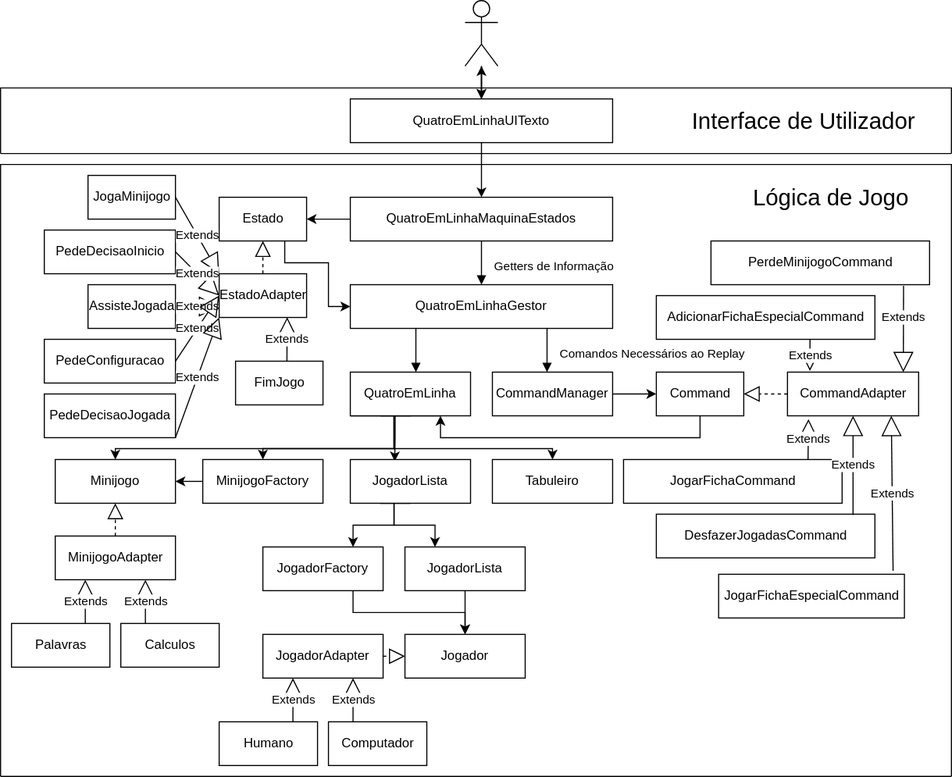
Earlier version of the draw.io export Diagramas/diagrama-classes.svg (JOSEALM3IDA/isec-trabalho-pa). Source tidied: cells renumbered, new cells last; positions are measured from the earlier drawing's top-left corner, leaving out a move shared by most shapes.
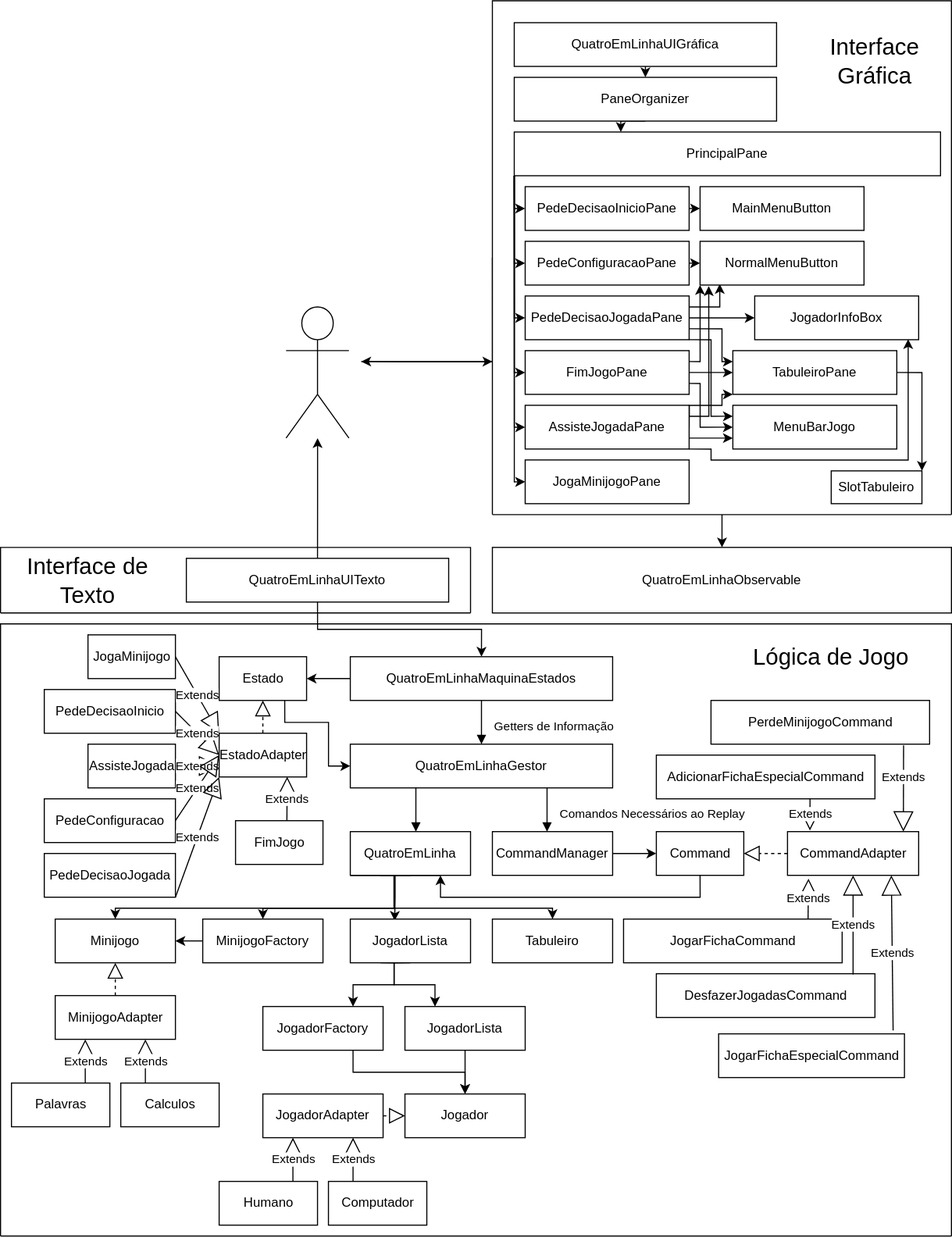
Later version of the same file.

Diff of the diagram source:
```diff
@@ -3,11 +3,14 @@
     <mxCell id="0" />
     <mxCell id="1" parent="0" />
     <mxCell id="2" style="swimlane;rounded=0;shadow=0;startSize=200;strokeWidth=1;" parent="1" vertex="1">
-      <mxGeometry y="80" width="870" height="60" as="geometry" />
+      <mxGeometry y="80" width="430" height="60" as="geometry" />
     </mxCell>
-    <mxCell id="3" value="&lt;font style=&quot;font-size: 21px&quot;&gt;Interface de Utilizador&lt;br&gt;&lt;/font&gt;" style="text;html=1;strokeColor=none;fillColor=none;align=center;verticalAlign=middle;whiteSpace=wrap;rounded=0;shadow=0;startSize=110;" parent="2" vertex="1">
-      <mxGeometry x="630" y="20" width="210" height="20" as="geometry" />
+    <mxCell id="3" value="&lt;font style=&quot;font-size: 21px&quot;&gt;Interface de Texto&lt;br&gt;&lt;/font&gt;" style="text;html=1;strokeColor=none;fillColor=none;align=center;verticalAlign=middle;whiteSpace=wrap;rounded=0;shadow=0;startSize=110;" parent="2" vertex="1">
+      <mxGeometry x="20" y="25" width="120" height="10" as="geometry" />
     </mxCell>
+    <mxCell id="13" value="&lt;div&gt;QuatroEmLinhaUITexto&lt;/div&gt;" style="rounded=0;whiteSpace=wrap;html=1;shadow=0;startSize=110;strokeWidth=1;" parent="2" vertex="1">
+      <mxGeometry x="170" y="10" width="240" height="40" as="geometry" />
+    </mxCell>
     <mxCell id="4" style="swimlane;rounded=0;shadow=0;startSize=560;strokeWidth=1;" parent="1" vertex="1">
       <mxGeometry y="150" width="870" height="560" as="geometry" />
     </mxCell>
@@ -35,19 +38,8 @@
     <mxCell id="12" style="edgeStyle=orthogonalEdgeStyle;rounded=0;jettySize=auto;html=1;exitX=0.5;exitY=0;exitDx=0;exitDy=0;startSize=110;" parent="1" edge="1" source="13" target="16">
       <mxGeometry relative="1" as="geometry" />
     </mxCell>
-    <mxCell id="13" value="&lt;div&gt;QuatroEmLinhaUITexto&lt;/div&gt;" style="rounded=0;whiteSpace=wrap;html=1;shadow=0;startSize=110;strokeWidth=1;" parent="1" vertex="1">
-      <mxGeometry x="320" y="90" width="240" height="40" as="geometry" />
-    </mxCell>
-    <mxCell id="14" style="edgeStyle=orthogonalEdgeStyle;rounded=0;jettySize=auto;html=1;entryX=0.5;entryY=0;entryDx=0;entryDy=0;startSize=110;" parent="1" edge="1" target="13">
-      <mxGeometry relative="1" as="geometry">
-        <mxPoint x="440" y="60" as="sourcePoint" />
-      </mxGeometry>
-    </mxCell>
-    <mxCell id="15" style="edgeStyle=orthogonalEdgeStyle;rounded=0;jettySize=auto;html=1;startSize=110;" parent="1" edge="1" source="16" target="13">
-      <mxGeometry relative="1" as="geometry" />
-    </mxCell>
     <mxCell id="16" value="&lt;div&gt;&lt;br&gt;&lt;/div&gt;&lt;div&gt;&lt;br&gt;&lt;/div&gt;" style="shape=umlActor;verticalLabelPosition=bottom;verticalAlign=top;html=1;outlineConnect=0;rounded=0;shadow=0;startSize=110;strokeWidth=1;" parent="1" vertex="1">
-      <mxGeometry x="425" width="30" height="60" as="geometry" />
+      <mxGeometry x="261.2" y="-140" width="57.5" height="120" as="geometry" />
     </mxCell>
     <mxCell id="17" style="edgeStyle=orthogonalEdgeStyle;rounded=0;jettySize=auto;html=1;exitX=0;exitY=0.5;exitDx=0;exitDy=0;entryX=1;entryY=0.5;entryDx=0;entryDy=0;startSize=110;" parent="1" edge="1" source="18" target="20">
       <mxGeometry relative="1" as="geometry" />
@@ -300,5 +292,210 @@
     <mxCell id="79" value="Extends" style="endArrow=block;endSize=16;endFill=0;html=1;exitX=0.25;exitY=0;exitDx=0;exitDy=0;entryX=0.75;entryY=1;entryDx=0;entryDy=0;" parent="1" edge="1" source="76" target="74">
       <mxGeometry relative="1" as="geometry" />
     </mxCell>
+    <mxCell id="80" style="edgeStyle=orthogonalEdgeStyle;rounded=0;jettySize=auto;html=1;" parent="1" edge="1" source="82" target="121">
+      <mxGeometry relative="1" as="geometry">
+        <Array as="points">
+          <mxPoint x="660" y="60" />
+          <mxPoint x="660" y="60" />
+        </Array>
+      </mxGeometry>
+    </mxCell>
+    <mxCell id="81" style="edgeStyle=orthogonalEdgeStyle;rounded=0;jettySize=auto;html=1;exitX=0;exitY=0.5;exitDx=0;exitDy=0;" parent="1" edge="1" source="82">
+      <mxGeometry relative="1" as="geometry">
+        <mxPoint x="330" y="-90" as="targetPoint" />
+        <Array as="points">
+          <mxPoint x="450" y="-90" />
+        </Array>
+      </mxGeometry>
+    </mxCell>
+    <mxCell id="82" style="swimlane;rounded=0;shadow=0;startSize=470;strokeWidth=1;" parent="1" vertex="1">
+      <mxGeometry x="450" y="-420" width="420" height="470" as="geometry" />
+    </mxCell>
+    <mxCell id="83" style="edgeStyle=orthogonalEdgeStyle;rounded=0;jettySize=auto;html=1;exitX=0.5;exitY=1;exitDx=0;exitDy=0;entryX=0.5;entryY=0;entryDx=0;entryDy=0;" parent="82" edge="1" source="84" target="86">
+      <mxGeometry relative="1" as="geometry" />
+    </mxCell>
+    <mxCell id="84" value="&lt;div&gt;QuatroEmLinhaUIGráfica&lt;/div&gt;" style="rounded=0;whiteSpace=wrap;html=1;shadow=0;startSize=110;strokeWidth=1;" parent="82" vertex="1">
+      <mxGeometry x="20" y="20" width="240" height="40" as="geometry" />
+    </mxCell>
+    <mxCell id="85" style="edgeStyle=orthogonalEdgeStyle;rounded=0;jettySize=auto;html=1;exitX=0.5;exitY=1;exitDx=0;exitDy=0;entryX=0.25;entryY=0;entryDx=0;entryDy=0;" parent="82" edge="1" source="86" target="93">
+      <mxGeometry relative="1" as="geometry" />
+    </mxCell>
+    <mxCell id="86" value="PaneOrganizer" style="rounded=0;whiteSpace=wrap;html=1;shadow=0;startSize=110;strokeWidth=1;" parent="82" vertex="1">
+      <mxGeometry x="20" y="70" width="240" height="40" as="geometry" />
+    </mxCell>
+    <mxCell id="87" style="edgeStyle=orthogonalEdgeStyle;rounded=0;jettySize=auto;html=1;exitX=0;exitY=1;exitDx=0;exitDy=0;entryX=0;entryY=0.5;entryDx=0;entryDy=0;" parent="82" edge="1" source="93" target="95">
+      <mxGeometry relative="1" as="geometry">
+        <Array as="points">
+          <mxPoint x="20" y="190" />
+        </Array>
+      </mxGeometry>
+    </mxCell>
+    <mxCell id="88" style="edgeStyle=orthogonalEdgeStyle;rounded=0;jettySize=auto;html=1;exitX=0;exitY=1;exitDx=0;exitDy=0;entryX=0;entryY=0.5;entryDx=0;entryDy=0;" parent="82" edge="1" source="93" target="97">
+      <mxGeometry relative="1" as="geometry">
+        <Array as="points">
+          <mxPoint x="20" y="240" />
+        </Array>
+      </mxGeometry>
+    </mxCell>
+    <mxCell id="89" style="edgeStyle=orthogonalEdgeStyle;rounded=0;jettySize=auto;html=1;exitX=0;exitY=1;exitDx=0;exitDy=0;entryX=0;entryY=0.5;entryDx=0;entryDy=0;" parent="82" edge="1" source="93" target="102">
+      <mxGeometry relative="1" as="geometry">
+        <Array as="points">
+          <mxPoint x="20" y="290" />
+        </Array>
+      </mxGeometry>
+    </mxCell>
+    <mxCell id="90" style="edgeStyle=orthogonalEdgeStyle;rounded=0;jettySize=auto;html=1;exitX=0;exitY=1;exitDx=0;exitDy=0;entryX=0;entryY=0.5;entryDx=0;entryDy=0;" parent="82" edge="1" source="93" target="107">
+      <mxGeometry relative="1" as="geometry">
+        <Array as="points">
+          <mxPoint x="20" y="340" />
+        </Array>
+      </mxGeometry>
+    </mxCell>
+    <mxCell id="91" style="edgeStyle=orthogonalEdgeStyle;rounded=0;jettySize=auto;html=1;exitX=0;exitY=1;exitDx=0;exitDy=0;entryX=0;entryY=0.5;entryDx=0;entryDy=0;" parent="82" edge="1" source="93" target="112">
+      <mxGeometry relative="1" as="geometry">
+        <Array as="points">
+          <mxPoint x="20" y="390" />
+        </Array>
+      </mxGeometry>
+    </mxCell>
+    <mxCell id="92" style="edgeStyle=orthogonalEdgeStyle;rounded=0;jettySize=auto;html=1;exitX=0;exitY=1;exitDx=0;exitDy=0;entryX=0;entryY=0.5;entryDx=0;entryDy=0;" parent="82" edge="1" source="93" target="103">
+      <mxGeometry relative="1" as="geometry">
+        <Array as="points">
+          <mxPoint x="20" y="440" />
+        </Array>
+      </mxGeometry>
+    </mxCell>
+    <mxCell id="93" value="PrincipalPane" style="rounded=0;whiteSpace=wrap;html=1;shadow=0;startSize=110;strokeWidth=1;" parent="82" vertex="1">
+      <mxGeometry x="20" y="120" width="390" height="40" as="geometry" />
+    </mxCell>
+    <mxCell id="94" style="edgeStyle=orthogonalEdgeStyle;rounded=0;jettySize=auto;html=1;exitX=1;exitY=0.5;exitDx=0;exitDy=0;entryX=0;entryY=0.5;entryDx=0;entryDy=0;" parent="82" edge="1" source="95" target="113">
+      <mxGeometry relative="1" as="geometry" />
+    </mxCell>
+    <mxCell id="95" value="PedeDecisaoInicioPane" style="rounded=0;whiteSpace=wrap;html=1;shadow=0;startSize=110;strokeWidth=1;" parent="82" vertex="1">
+      <mxGeometry x="30" y="170" width="150" height="40" as="geometry" />
+    </mxCell>
+    <mxCell id="96" style="edgeStyle=orthogonalEdgeStyle;rounded=0;jettySize=auto;html=1;exitX=1;exitY=0.5;exitDx=0;exitDy=0;entryX=0;entryY=0.5;entryDx=0;entryDy=0;" parent="82" edge="1" source="97" target="114">
+      <mxGeometry relative="1" as="geometry" />
+    </mxCell>
+    <mxCell id="97" value="PedeConfiguracaoPane" style="rounded=0;whiteSpace=wrap;html=1;shadow=0;startSize=110;strokeWidth=1;" parent="82" vertex="1">
+      <mxGeometry x="30" y="220" width="150" height="40" as="geometry" />
+    </mxCell>
+    <mxCell id="98" style="edgeStyle=orthogonalEdgeStyle;rounded=0;jettySize=auto;html=1;exitX=1;exitY=0.5;exitDx=0;exitDy=0;entryX=0;entryY=0.5;entryDx=0;entryDy=0;" parent="82" edge="1" source="102" target="115">
+      <mxGeometry relative="1" as="geometry" />
+    </mxCell>
+    <mxCell id="99" style="edgeStyle=orthogonalEdgeStyle;rounded=0;jettySize=auto;html=1;exitX=1;exitY=0.25;exitDx=0;exitDy=0;entryX=0.12;entryY=0.975;entryDx=0;entryDy=0;entryPerimeter=0;" parent="82" edge="1" source="102" target="114">
+      <mxGeometry relative="1" as="geometry" />
+    </mxCell>
+    <mxCell id="100" style="edgeStyle=orthogonalEdgeStyle;rounded=0;jettySize=auto;html=1;exitX=1;exitY=0.75;exitDx=0;exitDy=0;entryX=0;entryY=0.25;entryDx=0;entryDy=0;" parent="82" edge="1" source="102" target="117">
+      <mxGeometry relative="1" as="geometry">
+        <Array as="points">
+          <mxPoint x="210" y="300" />
+          <mxPoint x="210" y="330" />
+        </Array>
+      </mxGeometry>
+    </mxCell>
+    <mxCell id="101" style="edgeStyle=orthogonalEdgeStyle;rounded=0;jettySize=auto;html=1;exitX=1;exitY=1;exitDx=0;exitDy=0;entryX=0;entryY=0.25;entryDx=0;entryDy=0;" parent="82" edge="1" source="102" target="118">
+      <mxGeometry relative="1" as="geometry">
+        <Array as="points">
+          <mxPoint x="200" y="310" />
+          <mxPoint x="200" y="380" />
+        </Array>
+      </mxGeometry>
+    </mxCell>
+    <mxCell id="102" value="PedeDecisaoJogadaPane" style="rounded=0;whiteSpace=wrap;html=1;shadow=0;startSize=110;strokeWidth=1;" parent="82" vertex="1">
+      <mxGeometry x="30" y="270" width="150" height="40" as="geometry" />
+    </mxCell>
+    <mxCell id="103" value="JogaMinijogoPane" style="rounded=0;whiteSpace=wrap;html=1;shadow=0;startSize=110;strokeWidth=1;" parent="82" vertex="1">
+      <mxGeometry x="30" y="420" width="150" height="40" as="geometry" />
+    </mxCell>
+    <mxCell id="104" style="edgeStyle=orthogonalEdgeStyle;rounded=0;jettySize=auto;html=1;exitX=1;exitY=0.5;exitDx=0;exitDy=0;entryX=0;entryY=0.5;entryDx=0;entryDy=0;" parent="82" edge="1" source="107" target="117">
+      <mxGeometry relative="1" as="geometry" />
+    </mxCell>
+    <mxCell id="105" style="edgeStyle=orthogonalEdgeStyle;rounded=0;jettySize=auto;html=1;exitX=1;exitY=0.75;exitDx=0;exitDy=0;entryX=0;entryY=0.5;entryDx=0;entryDy=0;" parent="82" edge="1" source="107" target="118">
+      <mxGeometry relative="1" as="geometry">
+        <Array as="points">
+          <mxPoint x="190" y="350" />
+          <mxPoint x="190" y="390" />
+        </Array>
+      </mxGeometry>
+    </mxCell>
+    <mxCell id="106" style="edgeStyle=orthogonalEdgeStyle;rounded=0;jettySize=auto;html=1;exitX=1;exitY=0.25;exitDx=0;exitDy=0;entryX=0;entryY=1;entryDx=0;entryDy=0;" parent="82" edge="1" source="107" target="114">
+      <mxGeometry relative="1" as="geometry">
+        <Array as="points">
+          <mxPoint x="190" y="330" />
+        </Array>
+      </mxGeometry>
+    </mxCell>
+    <mxCell id="107" value="FimJogoPane" style="rounded=0;whiteSpace=wrap;html=1;shadow=0;startSize=110;strokeWidth=1;" parent="82" vertex="1">
+      <mxGeometry x="30" y="320" width="150" height="40" as="geometry" />
+    </mxCell>
+    <mxCell id="108" style="edgeStyle=orthogonalEdgeStyle;rounded=0;jettySize=auto;html=1;exitX=1;exitY=0.75;exitDx=0;exitDy=0;entryX=0;entryY=0.75;entryDx=0;entryDy=0;" parent="82" edge="1" source="112" target="118">
+      <mxGeometry relative="1" as="geometry" />
+    </mxCell>
+    <mxCell id="109" style="edgeStyle=orthogonalEdgeStyle;rounded=0;jettySize=auto;html=1;exitX=1;exitY=0;exitDx=0;exitDy=0;entryX=0.053;entryY=1.025;entryDx=0;entryDy=0;entryPerimeter=0;" parent="82" edge="1" source="112" target="114">
+      <mxGeometry relative="1" as="geometry">
+        <Array as="points">
+          <mxPoint x="180" y="380" />
+          <mxPoint x="198" y="380" />
+        </Array>
+      </mxGeometry>
+    </mxCell>
+    <mxCell id="110" style="edgeStyle=orthogonalEdgeStyle;rounded=0;jettySize=auto;html=1;exitX=1;exitY=0.5;exitDx=0;exitDy=0;entryX=0;entryY=1;entryDx=0;entryDy=0;" parent="82" edge="1" source="112" target="117">
+      <mxGeometry relative="1" as="geometry">
+        <Array as="points">
+          <mxPoint x="180" y="370" />
+          <mxPoint x="210" y="370" />
+          <mxPoint x="210" y="360" />
+        </Array>
+      </mxGeometry>
+    </mxCell>
+    <mxCell id="111" style="edgeStyle=orthogonalEdgeStyle;rounded=0;jettySize=auto;html=1;exitX=1;exitY=1;exitDx=0;exitDy=0;entryX=0.936;entryY=0.987;entryDx=0;entryDy=0;entryPerimeter=0;" parent="82" edge="1" source="112" target="115">
+      <mxGeometry relative="1" as="geometry">
+        <Array as="points">
+          <mxPoint x="200" y="410" />
+          <mxPoint x="200" y="420" />
+          <mxPoint x="380" y="420" />
+        </Array>
+      </mxGeometry>
+    </mxCell>
+    <mxCell id="112" value="AssisteJogadaPane" style="rounded=0;whiteSpace=wrap;html=1;shadow=0;startSize=110;strokeWidth=1;" parent="82" vertex="1">
+      <mxGeometry x="30" y="370" width="150" height="40" as="geometry" />
+    </mxCell>
+    <mxCell id="113" value="MainMenuButton" style="rounded=0;whiteSpace=wrap;html=1;shadow=0;startSize=110;strokeWidth=1;" parent="82" vertex="1">
+      <mxGeometry x="190" y="170" width="150" height="40" as="geometry" />
+    </mxCell>
+    <mxCell id="114" value="NormalMenuButton" style="rounded=0;whiteSpace=wrap;html=1;shadow=0;startSize=110;strokeWidth=1;" parent="82" vertex="1">
+      <mxGeometry x="190" y="220" width="150" height="40" as="geometry" />
+    </mxCell>
+    <mxCell id="115" value="JogadorInfoBox" style="rounded=0;whiteSpace=wrap;html=1;shadow=0;startSize=110;strokeWidth=1;" parent="82" vertex="1">
+      <mxGeometry x="240" y="270" width="150" height="40" as="geometry" />
+    </mxCell>
+    <mxCell id="116" style="edgeStyle=orthogonalEdgeStyle;rounded=0;jettySize=auto;html=1;exitX=1;exitY=0.5;exitDx=0;exitDy=0;entryX=1;entryY=0;entryDx=0;entryDy=0;" parent="82" edge="1" source="117" target="119">
+      <mxGeometry relative="1" as="geometry" />
+    </mxCell>
+    <mxCell id="117" value="TabuleiroPane" style="rounded=0;whiteSpace=wrap;html=1;shadow=0;startSize=110;strokeWidth=1;" parent="82" vertex="1">
+      <mxGeometry x="220" y="320" width="150" height="40" as="geometry" />
+    </mxCell>
+    <mxCell id="118" value="MenuBarJogo" style="rounded=0;whiteSpace=wrap;html=1;shadow=0;startSize=110;strokeWidth=1;" parent="82" vertex="1">
+      <mxGeometry x="220" y="370" width="150" height="40" as="geometry" />
+    </mxCell>
+    <mxCell id="119" value="SlotTabuleiro" style="rounded=0;whiteSpace=wrap;html=1;shadow=0;startSize=110;strokeWidth=1;" parent="82" vertex="1">
+      <mxGeometry x="310" y="430" width="83" height="30" as="geometry" />
+    </mxCell>
+    <mxCell id="120" value="&lt;font style=&quot;font-size: 21px&quot;&gt;Interface Gráfica&lt;br&gt;&lt;/font&gt;" style="text;html=1;strokeColor=none;fillColor=none;align=center;verticalAlign=middle;whiteSpace=wrap;rounded=0;shadow=0;startSize=110;" parent="1" vertex="1">
+      <mxGeometry x="740" y="-370" width="120" height="10" as="geometry" />
+    </mxCell>
+    <mxCell id="121" value="&lt;div&gt;QuatroEmLinhaObservable&lt;/div&gt;" style="rounded=0;whiteSpace=wrap;html=1;shadow=0;startSize=110;strokeWidth=1;" parent="1" vertex="1">
+      <mxGeometry x="450" y="80" width="420" height="60" as="geometry" />
+    </mxCell>
+    <mxCell id="122" style="edgeStyle=orthogonalEdgeStyle;rounded=0;orthogonalLoop=1;jettySize=auto;html=1;" parent="1" edge="1">
+      <mxGeometry relative="1" as="geometry">
+        <mxPoint x="330" y="-90" as="sourcePoint" />
+        <mxPoint x="450" y="-90" as="targetPoint" />
+        <Array as="points">
+          <mxPoint x="450" y="-90" />
+        </Array>
+      </mxGeometry>
+    </mxCell>
   </root>
 </mxGraphModel>
```
